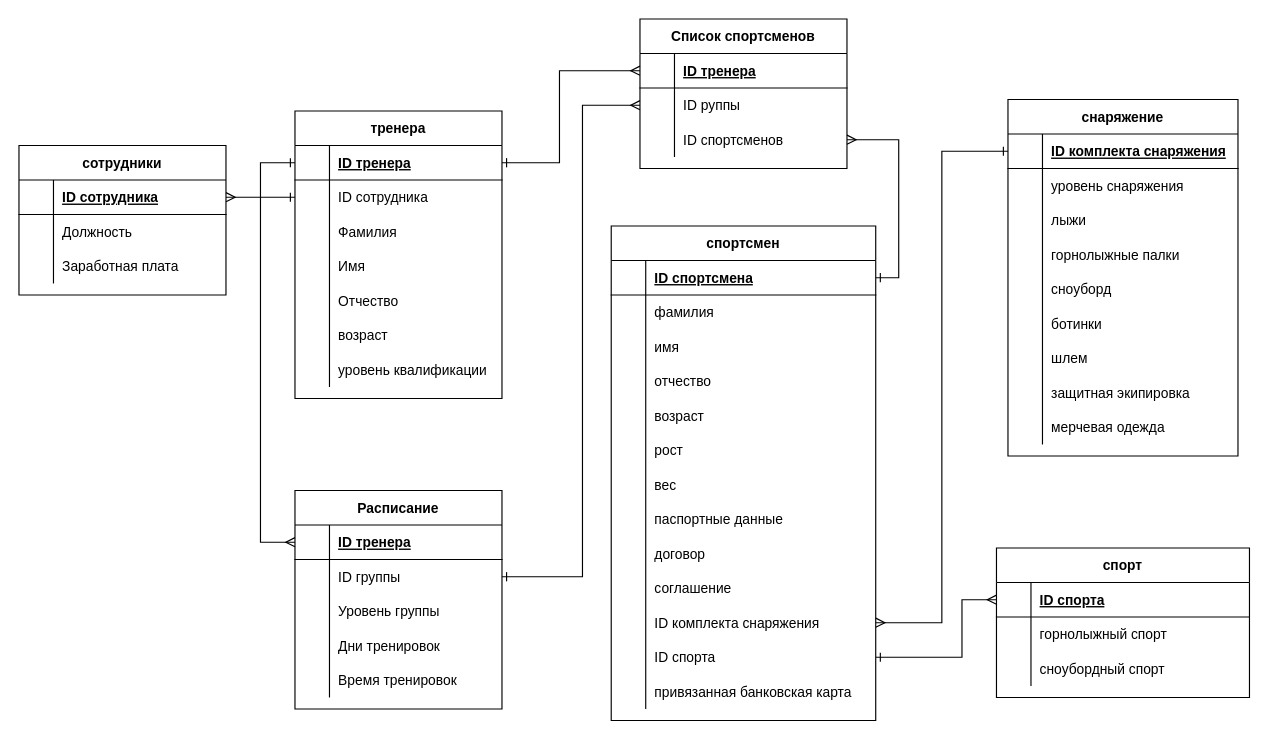
Earlier version of the draw.io diagram ERGorn.drawio (ZoiaKorotkova/ER). Source tidied: cells renumbered, new cells numbered last; positions are measured from the earlier drawing's top-left corner, leaving out a move shared by most shapes. Both pictures are drawn from the tidied source at 115%, with x=0, y=0 at pixel (18, 18).
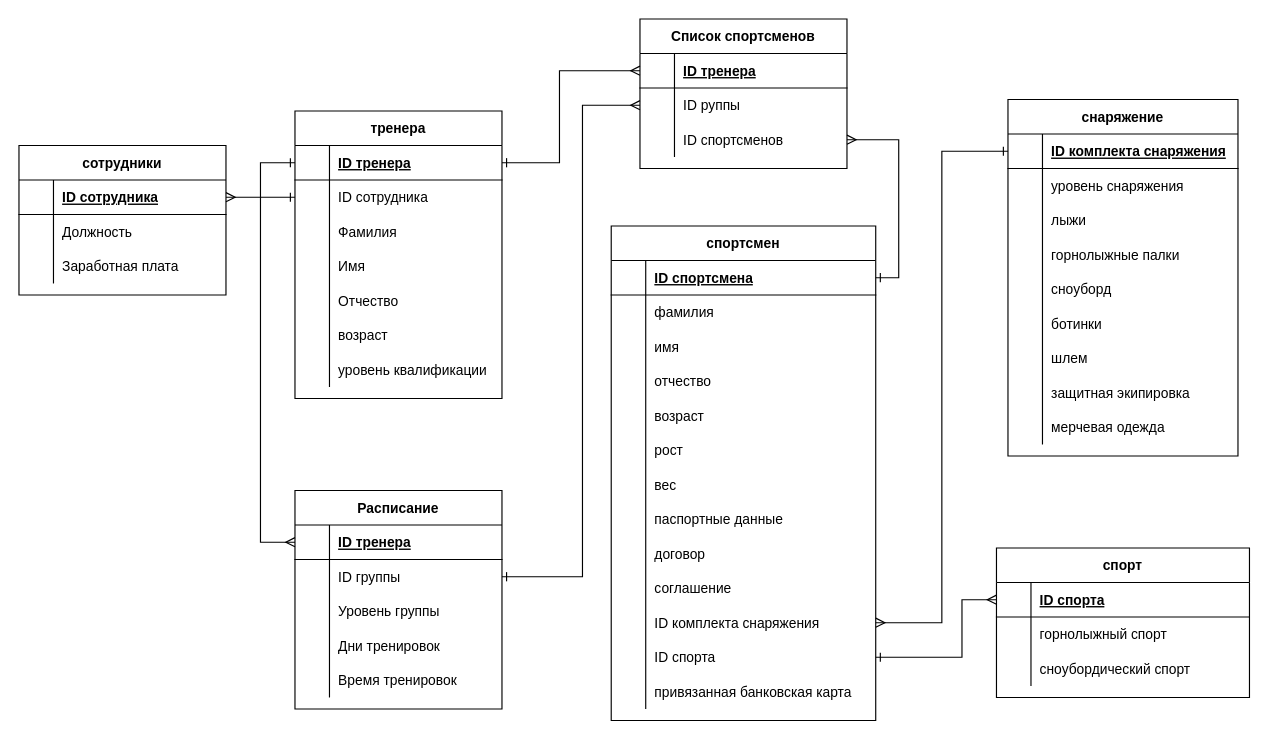
Above is the later version.

The change refers to these unchanged cells:
```xml
<mxCell id="71" style="shape=tableRow;horizontal=0;startSize=0;swimlaneHead=0;swimlaneBody=0;fillColor=none;top=0;left=0;right=0;bottom=0;" parent="64" vertex="1">
  <mxGeometry y="90" width="220" height="30" as="geometry" />
</mxCell>
```

The edit, as a diff of the source:
```diff
@@
-    <mxCell id="73" value="сноубордный спорт" style="shape=partialRectangle;fillColor=none;top=0;left=0;bottom=0;right=0;align=left;spacingLeft=6;overflow=hidden;" parent="71" vertex="1">
+    <mxCell id="73" value="сноубордический спорт" style="shape=partialRectangle;fillColor=none;top=0;left=0;bottom=0;right=0;align=left;spacingLeft=6;overflow=hidden;" parent="71" vertex="1">
       <mxGeometry x="30" width="190" height="30" as="geometry" />
     </mxCell>
```
